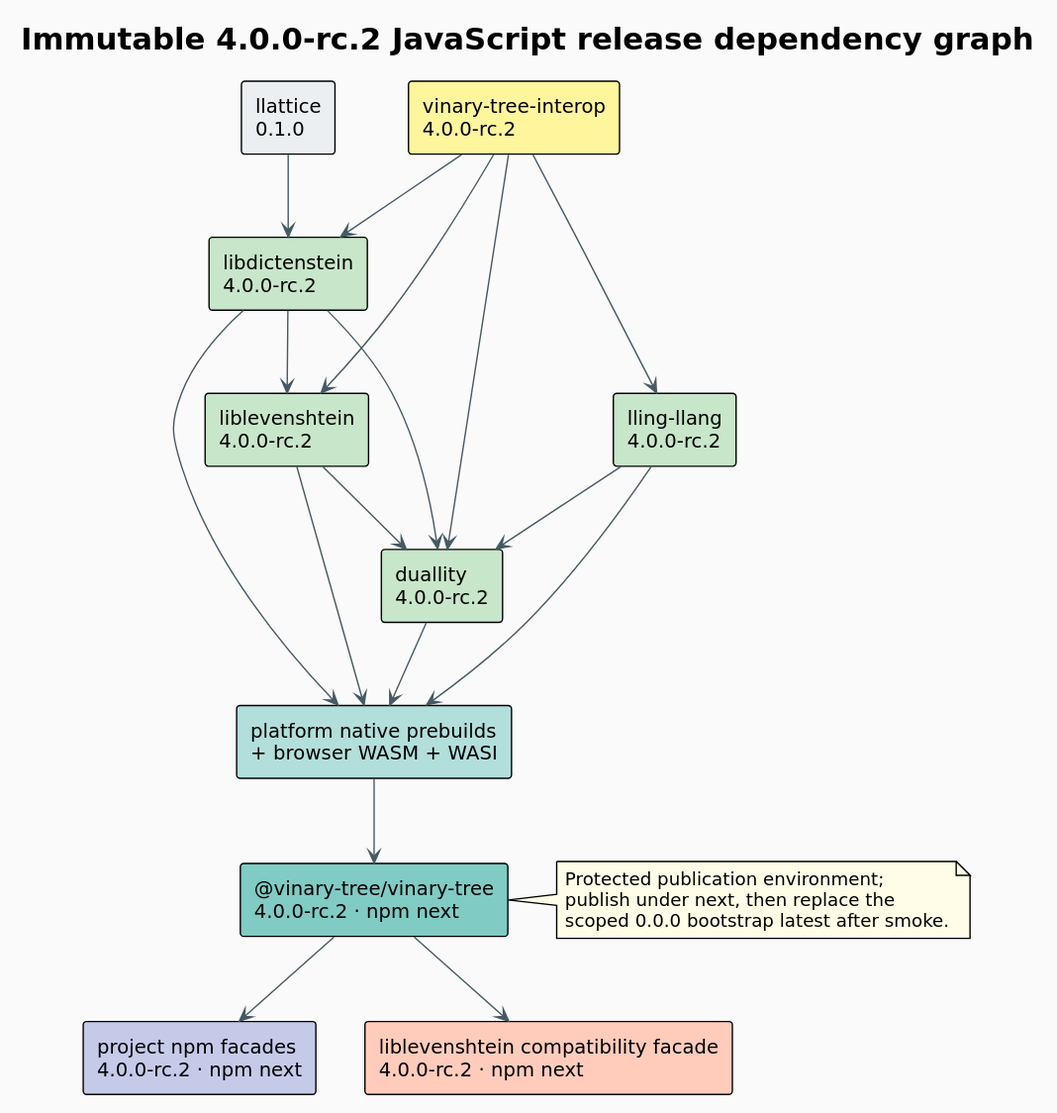
Earlier version of the PlantUML export docs/diagrams/release-dependency-graph.svg (vinary-tree/javascript-runtime). Its source is kept beside it as docs/diagrams/release-dependency-graph.puml.
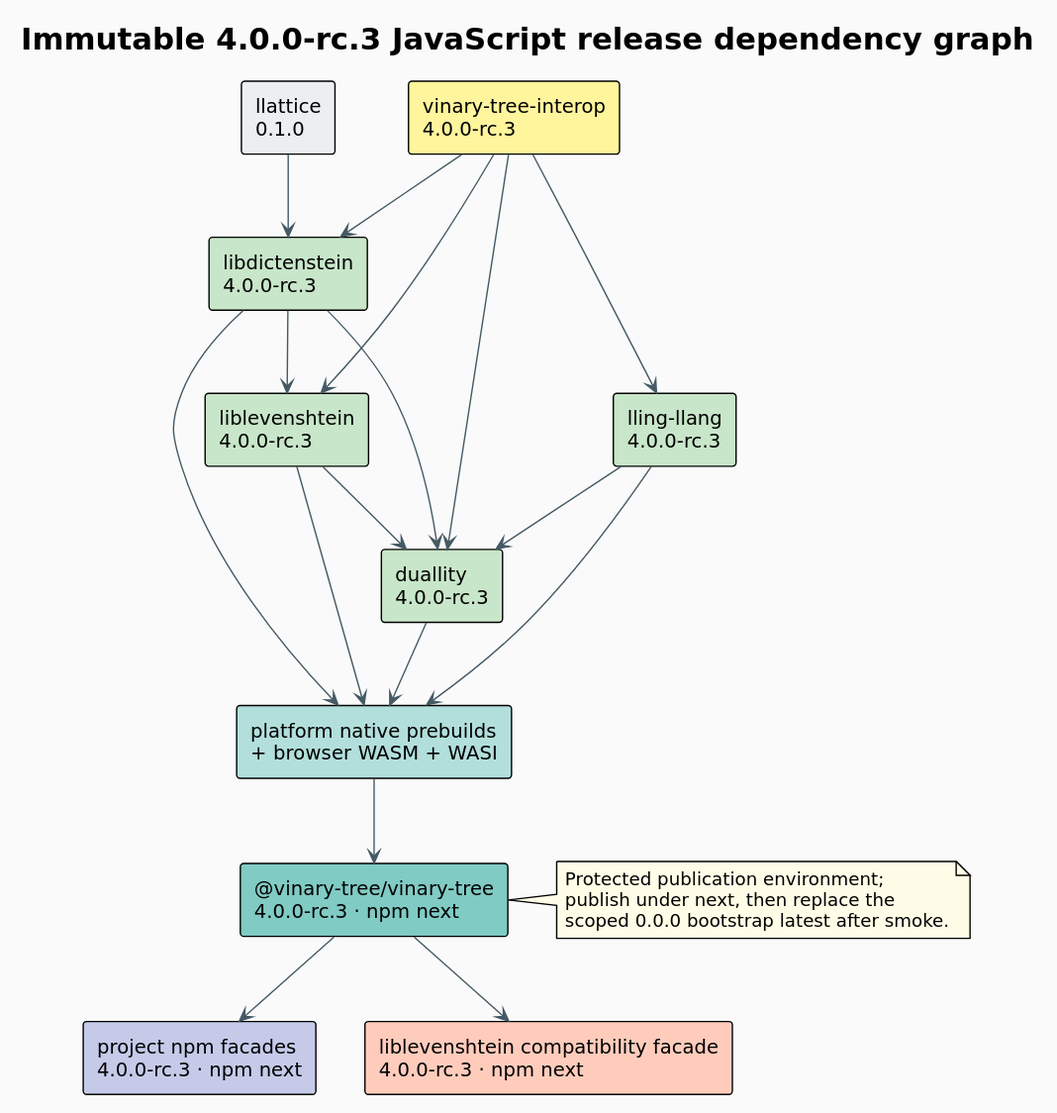
The same diagram one commit later.

What changed in the source:
```diff
@@ -4,18 +4,18 @@
 skinparam shadowing false
 skinparam ArrowColor #455A64
 skinparam defaultFontName DejaVu Sans
-title Immutable 4.0.0-rc.2 JavaScript release dependency graph
+title Immutable 4.0.0-rc.3 JavaScript release dependency graph
 
 rectangle "llattice\n0.1.0" as lattice #ECEFF1
-rectangle "vinary-tree-interop\n4.0.0-rc.2" as interop #FFF59D
-rectangle "libdictenstein\n4.0.0-rc.2" as dict #C8E6C9
-rectangle "liblevenshtein\n4.0.0-rc.2" as lev #C8E6C9
-rectangle "lling-llang\n4.0.0-rc.2" as lling #C8E6C9
-rectangle "duallity\n4.0.0-rc.2" as dual #C8E6C9
+rectangle "vinary-tree-interop\n4.0.0-rc.3" as interop #FFF59D
+rectangle "libdictenstein\n4.0.0-rc.3" as dict #C8E6C9
+rectangle "liblevenshtein\n4.0.0-rc.3" as lev #C8E6C9
+rectangle "lling-llang\n4.0.0-rc.3" as lling #C8E6C9
+rectangle "duallity\n4.0.0-rc.3" as dual #C8E6C9
 rectangle "platform native prebuilds\n+ browser WASM + WASI" as artifacts #B2DFDB
-rectangle "@vinary-tree/vinary-tree\n4.0.0-rc.2 · npm next" as runtime #80CBC4
-rectangle "project npm facades\n4.0.0-rc.2 · npm next" as facades #C5CAE9
-rectangle "liblevenshtein compatibility facade\n4.0.0-rc.2 · npm next" as legacy #FFCCBC
+rectangle "@vinary-tree/vinary-tree\n4.0.0-rc.3 · npm next" as runtime #80CBC4
+rectangle "project npm facades\n4.0.0-rc.3 · npm next" as facades #C5CAE9
+rectangle "liblevenshtein compatibility facade\n4.0.0-rc.3 · npm next" as legacy #FFCCBC
 
 lattice --> dict
 interop --> dict
```
